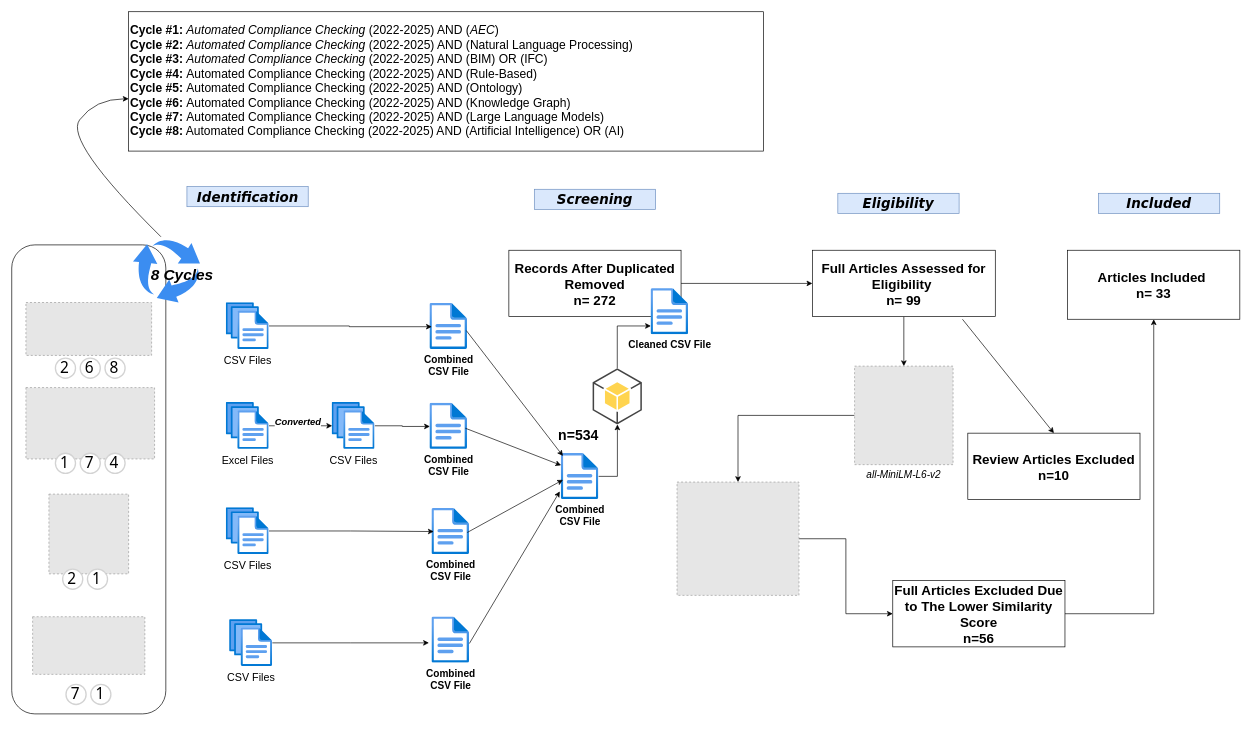
ysenousy/ACC-N-ACE keeps this draw.io diagram as PrismaFlowDiagram.drawio. Above is the earlier version. Source tidied: cells renumbered, new cells numbered last; positions are measured from the earlier drawing's top-left corner, leaving out a move shared by most shapes. Both pictures are drawn from the tidied source at 67%, with x=0, y=0 at pixel (11, 11). Pictures stored in the file or linked from it are replaced by grey dashed boxes.
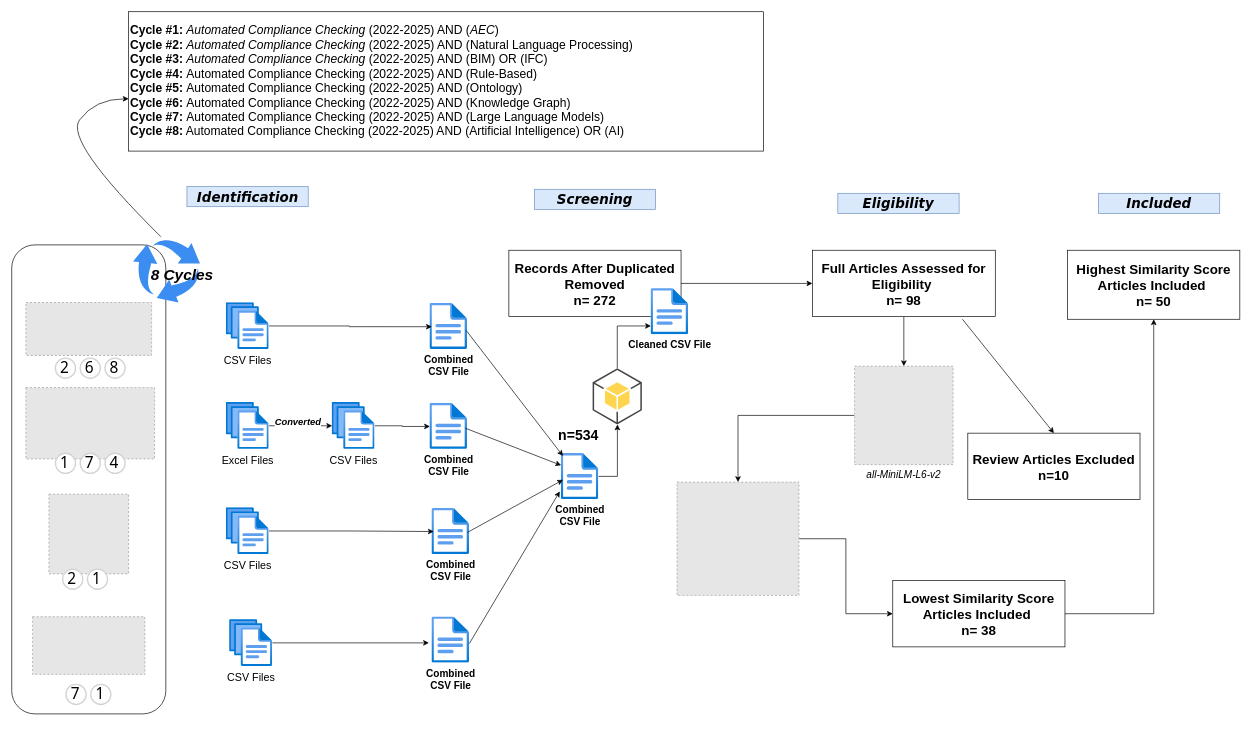
After the change.

The edit, as a diff of the source:
```diff
@@
-    <mxCell id="53" value="&lt;font style=&quot;font-size: 20px;&quot;&gt;&lt;b&gt;Full A&lt;/b&gt;&lt;b&gt;rticles&amp;nbsp;&lt;/b&gt;&lt;b&gt;Assessed for Eligibility&amp;nbsp;&lt;/b&gt;&lt;/font&gt;&lt;div&gt;&lt;font style=&quot;font-size: 20px;&quot;&gt;&lt;b&gt;n= 99&lt;/b&gt;&lt;/font&gt;&lt;/div&gt;" style="rounded=0;whiteSpace=wrap;html=1;" parent="1" vertex="1">
+    <mxCell id="53" value="&lt;font style=&quot;font-size: 20px;&quot;&gt;&lt;b&gt;Full A&lt;/b&gt;&lt;b&gt;rticles&amp;nbsp;&lt;/b&gt;&lt;b&gt;Assessed for Eligibility&amp;nbsp;&lt;/b&gt;&lt;/font&gt;&lt;div&gt;&lt;font style=&quot;font-size: 20px;&quot;&gt;&lt;b&gt;n= 98&lt;/b&gt;&lt;/font&gt;&lt;/div&gt;" style="rounded=0;whiteSpace=wrap;html=1;" parent="1" vertex="1">
       <mxGeometry x="1195" y="356" width="273" height="99" as="geometry" />
     </mxCell>
@@
-    <mxCell id="55" value="&lt;font style=&quot;font-size: 20px;&quot;&gt;&lt;b&gt;Articles Included&amp;nbsp;&lt;/b&gt;&lt;/font&gt;&lt;div&gt;&lt;font style=&quot;font-size: 20px;&quot;&gt;&lt;b&gt;n= 33&lt;/b&gt;&lt;/font&gt;&lt;/div&gt;" style="rounded=0;whiteSpace=wrap;html=1;" parent="1" vertex="1">
+    <mxCell id="55" value="&lt;font style=&quot;font-size: 20px;&quot;&gt;&lt;b&gt;Highest&amp;nbsp;&lt;/b&gt;&lt;b&gt;Similarity&amp;nbsp;&lt;/b&gt;&lt;b&gt;Score Articles Included&amp;nbsp;&lt;/b&gt;&lt;/font&gt;&lt;div&gt;&lt;font style=&quot;font-size: 20px;&quot;&gt;&lt;b&gt;n= 50&lt;/b&gt;&lt;/font&gt;&lt;/div&gt;" style="rounded=0;whiteSpace=wrap;html=1;" parent="1" vertex="1">
       <mxGeometry x="1576" y="356" width="257" height="103" as="geometry" />
     </mxCell>
@@
-    <mxCell id="61" value="&lt;span style=&quot;font-size: 20px;&quot;&gt;&lt;b&gt;Full Articles Excluded Due to The Lower Similarity Score&lt;/b&gt;&lt;/span&gt;&lt;div&gt;&lt;span style=&quot;font-size: 20px;&quot;&gt;&lt;b&gt;n=56&lt;/b&gt;&lt;/span&gt;&lt;/div&gt;" style="rounded=0;whiteSpace=wrap;html=1;" parent="1" vertex="1">
+    <mxCell id="61" value="&lt;font style=&quot;font-size: 20px;&quot;&gt;&lt;b&gt;Lowest&amp;nbsp;&lt;/b&gt;&lt;b&gt;Similarity&amp;nbsp;&lt;/b&gt;&lt;b&gt;Score Articles Included&amp;nbsp;&lt;/b&gt;&lt;/font&gt;&lt;div&gt;&lt;font style=&quot;font-size: 20px;&quot;&gt;&lt;b&gt;n= 38&lt;/b&gt;&lt;/font&gt;&lt;/div&gt;" style="rounded=0;whiteSpace=wrap;html=1;" parent="1" vertex="1">
       <mxGeometry x="1315" y="849" width="257" height="99" as="geometry" />
     </mxCell>
```
